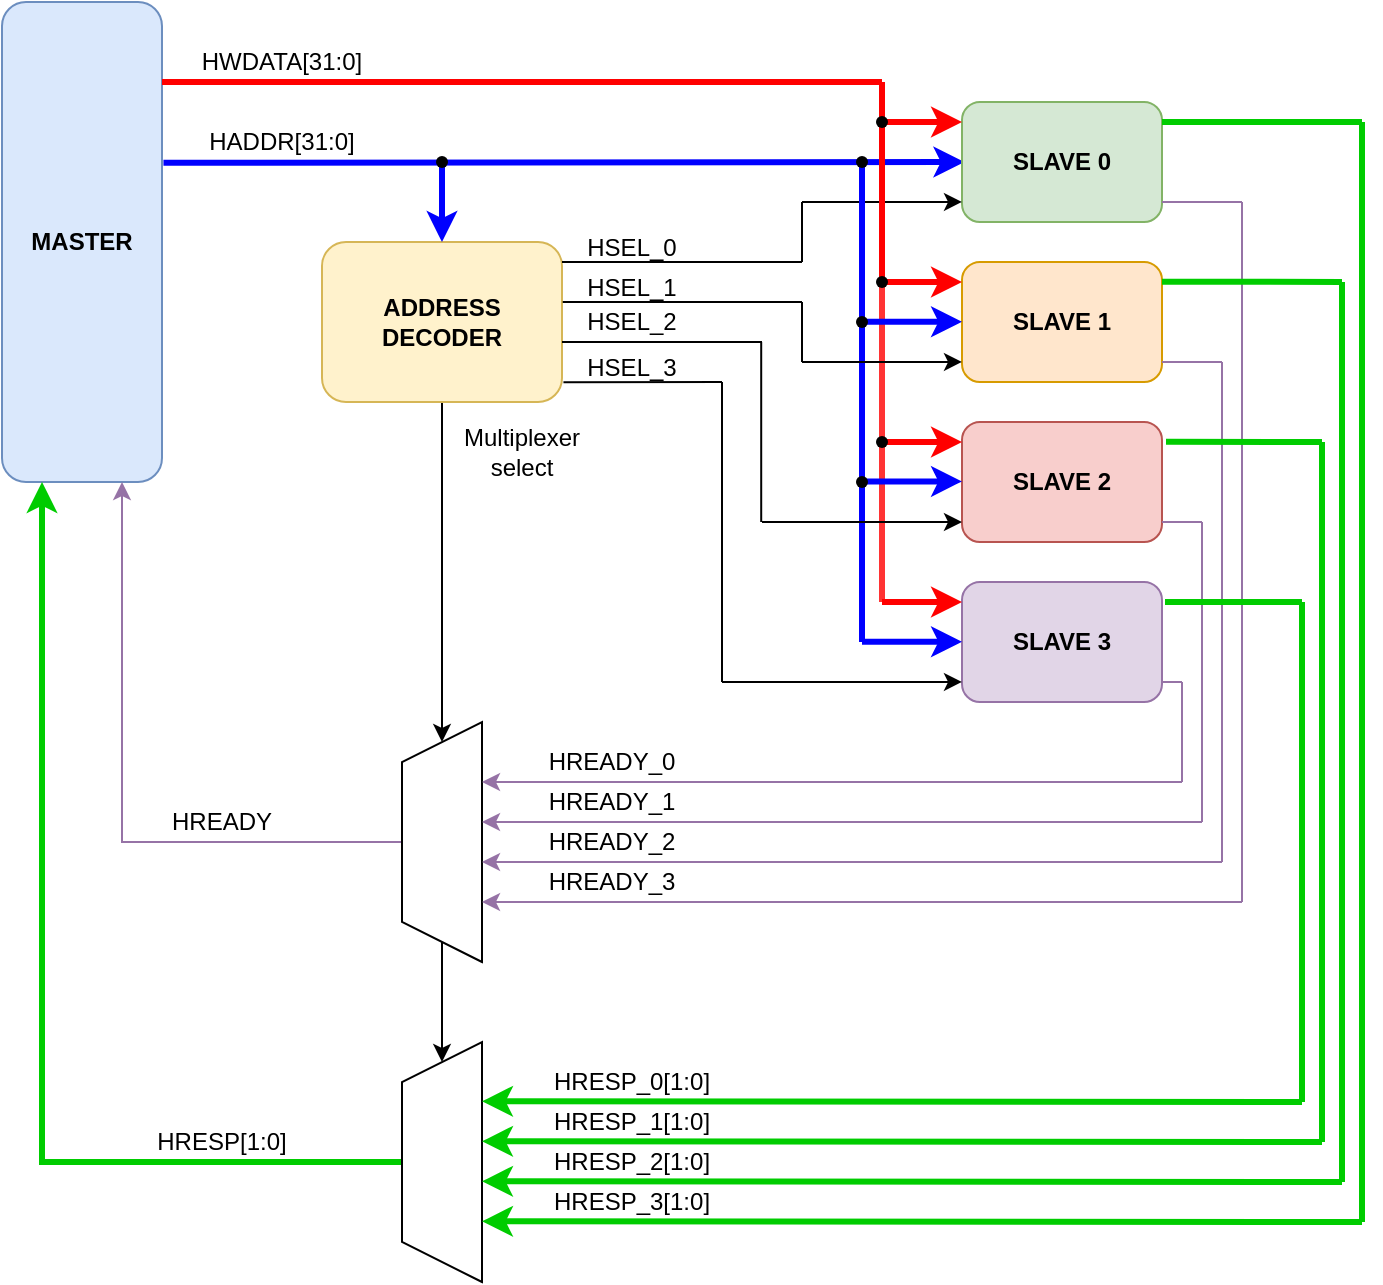
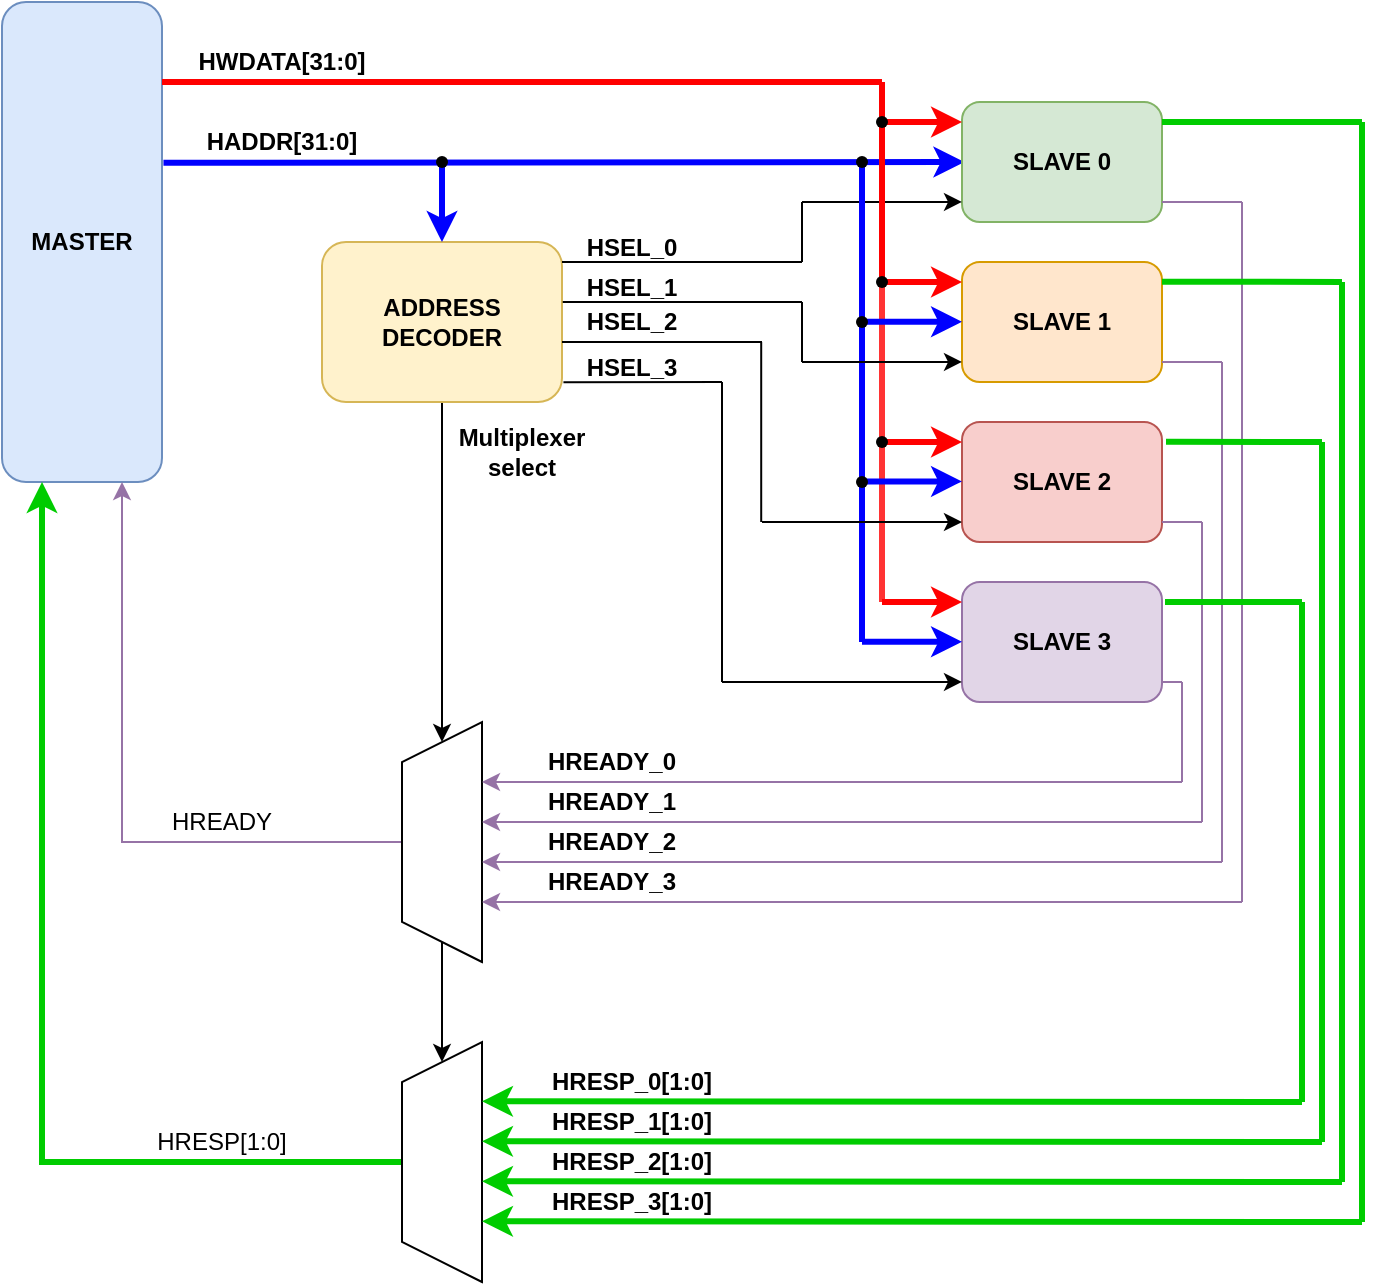
<mxfile host="app.diagrams.net" agent="Mozilla/5.0 (Windows NT 10.0; Win64; x64) AppleWebKit/537.36 (KHTML, like Gecko) Chrome/144.0.0.0 Safari/537.36 Edg/144.0.0.0" pages="4">
  <diagram id="00dOMP4ly3Yvcw6Omt_P" name="AHB Block Diagram">
-     <mxGraphModel dx="364" dy="526" grid="1" gridSize="10" guides="1" tooltips="1" connect="1" arrows="1" fold="1" page="1" pageScale="1" pageWidth="850" pageHeight="1100" math="0" shadow="0">
+     <mxGraphModel dx="437" dy="631" grid="1" gridSize="10" guides="1" tooltips="1" connect="1" arrows="1" fold="1" page="1" pageScale="1" pageWidth="850" pageHeight="1100" math="0" shadow="0">
      <root>
        <mxCell id="0" />
        <mxCell id="1" parent="0" />
        <mxCell id="WVtcaOnAu4kVJNJomXHp-1" parent="1" style="rounded=1;whiteSpace=wrap;html=1;fillColor=#dae8fc;strokeColor=#6c8ebf;" value="&lt;b&gt;MASTER&lt;/b&gt;" vertex="1">
          <mxGeometry height="240" width="80" x="80" y="160" as="geometry" />
        </mxCell>
        <mxCell id="WVtcaOnAu4kVJNJomXHp-55" edge="1" parent="1" source="WVtcaOnAu4kVJNJomXHp-3" style="edgeStyle=orthogonalEdgeStyle;rounded=0;orthogonalLoop=1;jettySize=auto;html=1;entryX=1;entryY=0.5;entryDx=0;entryDy=0;" target="WVtcaOnAu4kVJNJomXHp-53">
          <mxGeometry relative="1" as="geometry" />
        </mxCell>
        <mxCell id="WVtcaOnAu4kVJNJomXHp-3" parent="1" style="rounded=1;whiteSpace=wrap;html=1;fillColor=#fff2cc;strokeColor=#d6b656;" value="&lt;b&gt;ADDRESS DECODER&lt;/b&gt;" vertex="1">
          <mxGeometry height="80" width="120" x="240" y="280" as="geometry" />
        </mxCell>
        <mxCell id="WVtcaOnAu4kVJNJomXHp-4" edge="1" parent="1" source="WVtcaOnAu4kVJNJomXHp-1" style="endArrow=classic;html=1;rounded=0;exitX=1.009;exitY=0.335;exitDx=0;exitDy=0;exitPerimeter=0;strokeWidth=3;strokeColor=#0000FF;" value="">
          <mxGeometry height="50" relative="1" width="50" as="geometry">
            <mxPoint x="170" y="240" as="sourcePoint" />
            <mxPoint x="561.2" y="240" as="targetPoint" />
          </mxGeometry>
        </mxCell>
        <mxCell id="WVtcaOnAu4kVJNJomXHp-5" edge="1" parent="1" source="WVtcaOnAu4kVJNJomXHp-6" style="endArrow=classic;html=1;rounded=0;entryX=0.5;entryY=0;entryDx=0;entryDy=0;strokeWidth=3;strokeColor=#0000FF;" target="WVtcaOnAu4kVJNJomXHp-3" value="">
          <mxGeometry height="50" relative="1" width="50" as="geometry">
            <mxPoint x="340" y="240" as="sourcePoint" />
            <mxPoint x="390" y="190" as="targetPoint" />
          </mxGeometry>
        </mxCell>
        <mxCell id="WVtcaOnAu4kVJNJomXHp-6" parent="1" style="shape=waypoint;sketch=0;fillStyle=solid;size=6;pointerEvents=1;points=[];fillColor=none;resizable=0;rotatable=0;perimeter=centerPerimeter;snapToPoint=1;" value="" vertex="1">
          <mxGeometry height="20" width="20" x="290" y="230" as="geometry" />
        </mxCell>
        <mxCell id="WVtcaOnAu4kVJNJomXHp-7" parent="1" style="rounded=1;whiteSpace=wrap;html=1;fillColor=#d5e8d4;strokeColor=#82b366;fontStyle=1" value="SLAVE 0" vertex="1">
          <mxGeometry height="60" width="100" x="560" y="210" as="geometry" />
        </mxCell>
        <mxCell id="WVtcaOnAu4kVJNJomXHp-8" parent="1" style="rounded=1;whiteSpace=wrap;html=1;fillColor=#ffe6cc;strokeColor=#d79b00;fontStyle=1" value="SLAVE 1" vertex="1">
          <mxGeometry height="60" width="100" x="560" y="290" as="geometry" />
        </mxCell>
        <mxCell id="WVtcaOnAu4kVJNJomXHp-9" parent="1" style="rounded=1;whiteSpace=wrap;html=1;fillColor=#f8cecc;strokeColor=#b85450;fontStyle=1" value="SLAVE 2" vertex="1">
          <mxGeometry height="60" width="100" x="560" y="370" as="geometry" />
        </mxCell>
        <mxCell id="WVtcaOnAu4kVJNJomXHp-10" parent="1" style="rounded=1;whiteSpace=wrap;html=1;fillColor=#e1d5e7;strokeColor=#9673a6;fontStyle=1" value="SLAVE 3" vertex="1">
          <mxGeometry height="60" width="100" x="560" y="450" as="geometry" />
        </mxCell>
        <mxCell id="WVtcaOnAu4kVJNJomXHp-11" edge="1" parent="1" source="WVtcaOnAu4kVJNJomXHp-3" style="endArrow=none;html=1;rounded=0;exitX=1;exitY=0.125;exitDx=0;exitDy=0;exitPerimeter=0;" value="">
          <mxGeometry height="50" relative="1" width="50" as="geometry">
            <mxPoint x="410" y="290" as="sourcePoint" />
            <mxPoint x="480" y="290" as="targetPoint" />
          </mxGeometry>
        </mxCell>
        <mxCell id="WVtcaOnAu4kVJNJomXHp-12" edge="1" parent="1" style="endArrow=none;html=1;rounded=0;" value="">
          <mxGeometry height="50" relative="1" width="50" as="geometry">
            <mxPoint x="480" y="290" as="sourcePoint" />
            <mxPoint x="480" y="260" as="targetPoint" />
          </mxGeometry>
        </mxCell>
        <mxCell id="WVtcaOnAu4kVJNJomXHp-13" edge="1" parent="1" style="endArrow=classic;html=1;rounded=0;entryX=0;entryY=0.833;entryDx=0;entryDy=0;entryPerimeter=0;" target="WVtcaOnAu4kVJNJomXHp-7" value="">
          <mxGeometry height="50" relative="1" width="50" as="geometry">
            <mxPoint x="480" y="260" as="sourcePoint" />
            <mxPoint x="540" y="260" as="targetPoint" />
          </mxGeometry>
        </mxCell>
        <mxCell id="WVtcaOnAu4kVJNJomXHp-18" edge="1" parent="1" style="endArrow=none;html=1;rounded=0;strokeWidth=3;strokeColor=#FF0000;" value="">
          <mxGeometry height="50" relative="1" width="50" as="geometry">
            <mxPoint x="160" y="200" as="sourcePoint" />
            <mxPoint x="520" y="200" as="targetPoint" />
          </mxGeometry>
        </mxCell>
        <mxCell id="WVtcaOnAu4kVJNJomXHp-19" edge="1" parent="1" source="WVtcaOnAu4kVJNJomXHp-25" style="endArrow=none;html=1;rounded=0;strokeWidth=3;strokeColor=#FF0000;" value="">
          <mxGeometry height="50" relative="1" width="50" as="geometry">
            <mxPoint x="520" y="380" as="sourcePoint" />
            <mxPoint x="520" y="200" as="targetPoint" />
          </mxGeometry>
        </mxCell>
        <mxCell id="WVtcaOnAu4kVJNJomXHp-20" edge="1" parent="1" style="endArrow=classic;html=1;rounded=0;entryX=0;entryY=0.167;entryDx=0;entryDy=0;entryPerimeter=0;strokeWidth=3;strokeColor=#FF0000;" target="WVtcaOnAu4kVJNJomXHp-7" value="">
          <mxGeometry height="50" relative="1" width="50" as="geometry">
            <mxPoint x="520" y="220" as="sourcePoint" />
            <mxPoint x="570" y="170" as="targetPoint" />
          </mxGeometry>
        </mxCell>
        <mxCell id="WVtcaOnAu4kVJNJomXHp-22" edge="1" parent="1" style="endArrow=classic;html=1;rounded=0;entryX=0;entryY=0.167;entryDx=0;entryDy=0;entryPerimeter=0;strokeWidth=3;strokeColor=#FF0000;" value="">
          <mxGeometry height="50" relative="1" width="50" as="geometry">
            <mxPoint x="520" y="300" as="sourcePoint" />
            <mxPoint x="560" y="300" as="targetPoint" />
          </mxGeometry>
        </mxCell>
        <mxCell id="WVtcaOnAu4kVJNJomXHp-23" parent="1" style="shape=waypoint;sketch=0;fillStyle=solid;size=6;pointerEvents=1;points=[];fillColor=none;resizable=0;rotatable=0;perimeter=centerPerimeter;snapToPoint=1;" value="" vertex="1">
          <mxGeometry height="20" width="20" x="510" y="210" as="geometry" />
        </mxCell>
        <mxCell id="WVtcaOnAu4kVJNJomXHp-24" edge="1" parent="1" style="endArrow=classic;html=1;rounded=0;entryX=0;entryY=0.167;entryDx=0;entryDy=0;entryPerimeter=0;strokeWidth=3;strokeColor=#FF0000;" value="">
          <mxGeometry height="50" relative="1" width="50" as="geometry">
            <mxPoint x="520" y="380" as="sourcePoint" />
            <mxPoint x="560" y="380" as="targetPoint" />
          </mxGeometry>
        </mxCell>
        <mxCell id="WVtcaOnAu4kVJNJomXHp-26" edge="1" parent="1" style="endArrow=none;html=1;rounded=0;strokeWidth=3;strokeColor=#FF3333;" target="WVtcaOnAu4kVJNJomXHp-25" value="">
          <mxGeometry height="50" relative="1" width="50" as="geometry">
            <mxPoint x="520" y="460" as="sourcePoint" />
            <mxPoint x="520" y="200" as="targetPoint" />
          </mxGeometry>
        </mxCell>
        <mxCell id="WVtcaOnAu4kVJNJomXHp-25" parent="1" style="shape=waypoint;sketch=0;fillStyle=solid;size=6;pointerEvents=1;points=[];fillColor=none;resizable=0;rotatable=0;perimeter=centerPerimeter;snapToPoint=1;" value="" vertex="1">
          <mxGeometry height="20" width="20" x="510" y="290" as="geometry" />
        </mxCell>
        <mxCell id="WVtcaOnAu4kVJNJomXHp-27" edge="1" parent="1" style="endArrow=none;html=1;rounded=0;strokeWidth=3;strokeColor=#0000FF;" target="WVtcaOnAu4kVJNJomXHp-30" value="">
          <mxGeometry height="50" relative="1" width="50" as="geometry">
            <mxPoint x="510" y="480" as="sourcePoint" />
            <mxPoint x="510" y="240" as="targetPoint" />
          </mxGeometry>
        </mxCell>
        <mxCell id="WVtcaOnAu4kVJNJomXHp-28" edge="1" parent="1" style="endArrow=classic;html=1;rounded=0;entryX=0;entryY=0.167;entryDx=0;entryDy=0;entryPerimeter=0;strokeWidth=3;strokeColor=#0000FF;" value="">
          <mxGeometry height="50" relative="1" width="50" as="geometry">
            <mxPoint x="510" y="399.72" as="sourcePoint" />
            <mxPoint x="560" y="399.72" as="targetPoint" />
          </mxGeometry>
        </mxCell>
        <mxCell id="WVtcaOnAu4kVJNJomXHp-29" edge="1" parent="1" style="endArrow=classic;html=1;rounded=0;entryX=0;entryY=0.167;entryDx=0;entryDy=0;entryPerimeter=0;strokeWidth=3;strokeColor=#0000FF;" value="">
          <mxGeometry height="50" relative="1" width="50" as="geometry">
            <mxPoint x="510" y="319.86" as="sourcePoint" />
            <mxPoint x="560" y="319.86" as="targetPoint" />
          </mxGeometry>
        </mxCell>
        <mxCell id="WVtcaOnAu4kVJNJomXHp-30" parent="1" style="shape=waypoint;sketch=0;fillStyle=solid;size=6;pointerEvents=1;points=[];fillColor=none;resizable=0;rotatable=0;perimeter=centerPerimeter;snapToPoint=1;" value="" vertex="1">
          <mxGeometry height="20" width="20" x="500.0000000000001" y="230" as="geometry" />
        </mxCell>
        <mxCell id="WVtcaOnAu4kVJNJomXHp-31" parent="1" style="shape=waypoint;sketch=0;fillStyle=solid;size=6;pointerEvents=1;points=[];fillColor=none;resizable=0;rotatable=0;perimeter=centerPerimeter;snapToPoint=1;" value="" vertex="1">
          <mxGeometry height="20" width="20" x="500" y="310" as="geometry" />
        </mxCell>
        <mxCell id="WVtcaOnAu4kVJNJomXHp-32" edge="1" parent="1" style="endArrow=classic;html=1;rounded=0;entryX=0;entryY=0.167;entryDx=0;entryDy=0;entryPerimeter=0;strokeWidth=3;strokeColor=#FF0000;" value="">
          <mxGeometry height="50" relative="1" width="50" as="geometry">
            <mxPoint x="520" y="460" as="sourcePoint" />
            <mxPoint x="560" y="460" as="targetPoint" />
          </mxGeometry>
        </mxCell>
        <mxCell id="WVtcaOnAu4kVJNJomXHp-33" edge="1" parent="1" style="endArrow=classic;html=1;rounded=0;entryX=0;entryY=0.167;entryDx=0;entryDy=0;entryPerimeter=0;strokeWidth=3;strokeColor=#0000FF;" value="">
          <mxGeometry height="50" relative="1" width="50" as="geometry">
            <mxPoint x="510" y="479.88" as="sourcePoint" />
            <mxPoint x="560" y="479.88" as="targetPoint" />
          </mxGeometry>
        </mxCell>
        <mxCell id="WVtcaOnAu4kVJNJomXHp-34" parent="1" style="shape=waypoint;sketch=0;fillStyle=solid;size=6;pointerEvents=1;points=[];fillColor=none;resizable=0;rotatable=0;perimeter=centerPerimeter;snapToPoint=1;" value="" vertex="1">
          <mxGeometry height="20" width="20" x="510" y="370" as="geometry" />
        </mxCell>
        <mxCell id="WVtcaOnAu4kVJNJomXHp-35" parent="1" style="shape=waypoint;sketch=0;fillStyle=solid;size=6;pointerEvents=1;points=[];fillColor=none;resizable=0;rotatable=0;perimeter=centerPerimeter;snapToPoint=1;" value="" vertex="1">
          <mxGeometry height="20" width="20" x="500" y="390" as="geometry" />
        </mxCell>
        <mxCell id="WVtcaOnAu4kVJNJomXHp-38" edge="1" parent="1" source="WVtcaOnAu4kVJNJomXHp-3" style="endArrow=none;html=1;rounded=0;exitX=1.003;exitY=0.375;exitDx=0;exitDy=0;exitPerimeter=0;" value="">
          <mxGeometry height="50" relative="1" width="50" as="geometry">
            <mxPoint x="400" y="310" as="sourcePoint" />
            <mxPoint x="480" y="310" as="targetPoint" />
          </mxGeometry>
        </mxCell>
        <mxCell id="WVtcaOnAu4kVJNJomXHp-39" edge="1" parent="1" source="WVtcaOnAu4kVJNJomXHp-3" style="endArrow=none;html=1;rounded=0;exitX=1;exitY=0.625;exitDx=0;exitDy=0;exitPerimeter=0;" value="">
          <mxGeometry height="50" relative="1" width="50" as="geometry">
            <mxPoint x="400" y="330" as="sourcePoint" />
            <mxPoint x="460" y="330" as="targetPoint" />
          </mxGeometry>
        </mxCell>
        <mxCell id="WVtcaOnAu4kVJNJomXHp-40" edge="1" parent="1" source="WVtcaOnAu4kVJNJomXHp-3" style="endArrow=none;html=1;rounded=0;exitX=1.006;exitY=0.877;exitDx=0;exitDy=0;exitPerimeter=0;" value="">
          <mxGeometry height="50" relative="1" width="50" as="geometry">
            <mxPoint x="400" y="350" as="sourcePoint" />
            <mxPoint x="440" y="350" as="targetPoint" />
          </mxGeometry>
        </mxCell>
        <mxCell id="WVtcaOnAu4kVJNJomXHp-41" edge="1" parent="1" style="endArrow=none;html=1;rounded=0;" value="">
          <mxGeometry height="50" relative="1" width="50" as="geometry">
            <mxPoint x="440" y="500" as="sourcePoint" />
            <mxPoint x="440" y="350" as="targetPoint" />
          </mxGeometry>
        </mxCell>
        <mxCell id="WVtcaOnAu4kVJNJomXHp-42" edge="1" parent="1" style="endArrow=classic;html=1;rounded=0;entryX=0;entryY=0.833;entryDx=0;entryDy=0;entryPerimeter=0;" target="WVtcaOnAu4kVJNJomXHp-10" value="">
          <mxGeometry height="50" relative="1" width="50" as="geometry">
            <mxPoint x="440" y="499.98" as="sourcePoint" />
            <mxPoint x="470" y="450" as="targetPoint" />
          </mxGeometry>
        </mxCell>
        <mxCell id="WVtcaOnAu4kVJNJomXHp-43" edge="1" parent="1" style="endArrow=none;html=1;rounded=0;" value="">
          <mxGeometry height="50" relative="1" width="50" as="geometry">
            <mxPoint x="459.6" y="420" as="sourcePoint" />
            <mxPoint x="459.6" y="330" as="targetPoint" />
          </mxGeometry>
        </mxCell>
        <mxCell id="WVtcaOnAu4kVJNJomXHp-44" edge="1" parent="1" style="endArrow=classic;html=1;rounded=0;entryX=0;entryY=0.833;entryDx=0;entryDy=0;entryPerimeter=0;" value="">
          <mxGeometry height="50" relative="1" width="50" as="geometry">
            <mxPoint x="460" y="420" as="sourcePoint" />
            <mxPoint x="560" y="420" as="targetPoint" />
          </mxGeometry>
        </mxCell>
        <mxCell id="WVtcaOnAu4kVJNJomXHp-45" edge="1" parent="1" style="endArrow=none;html=1;rounded=0;" value="">
          <mxGeometry height="50" relative="1" width="50" as="geometry">
            <mxPoint x="480" y="340" as="sourcePoint" />
            <mxPoint x="480" y="310" as="targetPoint" />
          </mxGeometry>
        </mxCell>
        <mxCell id="WVtcaOnAu4kVJNJomXHp-46" edge="1" parent="1" style="endArrow=classic;html=1;rounded=0;entryX=0;entryY=0.833;entryDx=0;entryDy=0;entryPerimeter=0;" target="WVtcaOnAu4kVJNJomXHp-8" value="">
          <mxGeometry height="50" relative="1" width="50" as="geometry">
            <mxPoint x="480" y="340" as="sourcePoint" />
            <mxPoint x="550" y="340" as="targetPoint" />
          </mxGeometry>
        </mxCell>
-         <mxCell id="WVtcaOnAu4kVJNJomXHp-47" parent="1" style="text;html=1;whiteSpace=wrap;strokeColor=none;fillColor=none;align=center;verticalAlign=middle;rounded=0;" value="HSEL_0" vertex="1">
+         <mxCell id="WVtcaOnAu4kVJNJomXHp-47" parent="1" style="text;html=1;whiteSpace=wrap;strokeColor=none;fillColor=none;align=center;verticalAlign=middle;rounded=0;fontStyle=1" value="HSEL_0" vertex="1">
          <mxGeometry height="15" width="60" x="365" y="275" as="geometry" />
        </mxCell>
-         <mxCell id="WVtcaOnAu4kVJNJomXHp-48" parent="1" style="text;html=1;whiteSpace=wrap;strokeColor=none;fillColor=none;align=center;verticalAlign=middle;rounded=0;" value="HSEL_1" vertex="1">
+         <mxCell id="WVtcaOnAu4kVJNJomXHp-48" parent="1" style="text;html=1;whiteSpace=wrap;strokeColor=none;fillColor=none;align=center;verticalAlign=middle;rounded=0;fontStyle=1" value="HSEL_1" vertex="1">
          <mxGeometry height="15" width="60" x="365" y="295" as="geometry" />
        </mxCell>
-         <mxCell id="WVtcaOnAu4kVJNJomXHp-49" parent="1" style="text;html=1;whiteSpace=wrap;strokeColor=none;fillColor=none;align=center;verticalAlign=middle;rounded=0;" value="HSEL_2" vertex="1">
+         <mxCell id="WVtcaOnAu4kVJNJomXHp-49" parent="1" style="text;html=1;whiteSpace=wrap;strokeColor=none;fillColor=none;align=center;verticalAlign=middle;rounded=0;fontStyle=1" value="HSEL_2" vertex="1">
          <mxGeometry height="7.5" width="60" x="365" y="316.25" as="geometry" />
        </mxCell>
-         <mxCell id="WVtcaOnAu4kVJNJomXHp-50" parent="1" style="text;html=1;whiteSpace=wrap;strokeColor=none;fillColor=none;align=center;verticalAlign=middle;rounded=0;" value="HSEL_3" vertex="1">
+         <mxCell id="WVtcaOnAu4kVJNJomXHp-50" parent="1" style="text;html=1;whiteSpace=wrap;strokeColor=none;fillColor=none;align=center;verticalAlign=middle;rounded=0;fontStyle=1" value="HSEL_3" vertex="1">
          <mxGeometry height="15" width="60" x="365" y="335" as="geometry" />
        </mxCell>
-         <mxCell id="WVtcaOnAu4kVJNJomXHp-51" parent="1" style="text;html=1;whiteSpace=wrap;strokeColor=none;fillColor=none;align=center;verticalAlign=middle;rounded=0;" value="HWDATA[31:0]" vertex="1">
+         <mxCell id="WVtcaOnAu4kVJNJomXHp-51" parent="1" style="text;html=1;whiteSpace=wrap;strokeColor=none;fillColor=none;align=center;verticalAlign=middle;rounded=0;fontStyle=1" value="HWDATA[31:0]" vertex="1">
          <mxGeometry height="20" width="80" x="180" y="180" as="geometry" />
        </mxCell>
-         <mxCell id="WVtcaOnAu4kVJNJomXHp-52" parent="1" style="text;html=1;whiteSpace=wrap;strokeColor=none;fillColor=none;align=center;verticalAlign=middle;rounded=0;" value="HADDR[31:0]" vertex="1">
+         <mxCell id="WVtcaOnAu4kVJNJomXHp-52" parent="1" style="text;html=1;whiteSpace=wrap;strokeColor=none;fillColor=none;align=center;verticalAlign=middle;rounded=0;fontStyle=1" value="HADDR[31:0]" vertex="1">
          <mxGeometry height="20" width="80" x="180" y="220" as="geometry" />
        </mxCell>
        <mxCell id="WVtcaOnAu4kVJNJomXHp-84" edge="1" parent="1" source="WVtcaOnAu4kVJNJomXHp-53" style="edgeStyle=orthogonalEdgeStyle;rounded=0;orthogonalLoop=1;jettySize=auto;html=1;entryX=0.75;entryY=1;entryDx=0;entryDy=0;fillColor=#e1d5e7;strokeColor=#9673a6;" target="WVtcaOnAu4kVJNJomXHp-1">
          <mxGeometry relative="1" as="geometry" />
        </mxCell>
        <mxCell id="WVtcaOnAu4kVJNJomXHp-53" parent="1" style="shape=trapezoid;perimeter=trapezoidPerimeter;whiteSpace=wrap;html=1;fixedSize=1;rotation=-90;" value="" vertex="1">
          <mxGeometry height="40" width="120" x="240" y="560" as="geometry" />
        </mxCell>
        <mxCell id="WVtcaOnAu4kVJNJomXHp-85" edge="1" parent="1" source="WVtcaOnAu4kVJNJomXHp-54" style="edgeStyle=orthogonalEdgeStyle;rounded=0;orthogonalLoop=1;jettySize=auto;html=1;entryX=0.25;entryY=1;entryDx=0;entryDy=0;fillColor=#d5e8d4;strokeColor=#00CC00;strokeWidth=3;" target="WVtcaOnAu4kVJNJomXHp-1">
          <mxGeometry relative="1" as="geometry" />
        </mxCell>
        <mxCell id="WVtcaOnAu4kVJNJomXHp-54" parent="1" style="shape=trapezoid;perimeter=trapezoidPerimeter;whiteSpace=wrap;html=1;fixedSize=1;rotation=-90;" value="" vertex="1">
          <mxGeometry height="40" width="120" x="240" y="720" as="geometry" />
        </mxCell>
        <mxCell id="WVtcaOnAu4kVJNJomXHp-56" edge="1" parent="1" source="WVtcaOnAu4kVJNJomXHp-53" style="endArrow=classic;html=1;rounded=0;exitX=0;exitY=0.5;exitDx=0;exitDy=0;entryX=1;entryY=0.5;entryDx=0;entryDy=0;" target="WVtcaOnAu4kVJNJomXHp-54" value="">
          <mxGeometry height="50" relative="1" width="50" as="geometry">
            <mxPoint x="360" y="680" as="sourcePoint" />
            <mxPoint x="410" y="630" as="targetPoint" />
          </mxGeometry>
        </mxCell>
        <mxCell id="WVtcaOnAu4kVJNJomXHp-58" edge="1" parent="1" style="endArrow=classic;html=1;rounded=0;fillColor=#e1d5e7;strokeColor=#9673a6;" value="">
          <mxGeometry height="50" relative="1" width="50" as="geometry">
            <mxPoint x="670" y="550" as="sourcePoint" />
            <mxPoint x="320" y="550" as="targetPoint" />
          </mxGeometry>
        </mxCell>
        <mxCell id="WVtcaOnAu4kVJNJomXHp-59" edge="1" parent="1" style="endArrow=classic;html=1;rounded=0;fillColor=#e1d5e7;strokeColor=#9673a6;" value="">
          <mxGeometry height="50" relative="1" width="50" as="geometry">
            <mxPoint x="680" y="570" as="sourcePoint" />
            <mxPoint x="320" y="570" as="targetPoint" />
          </mxGeometry>
        </mxCell>
        <mxCell id="WVtcaOnAu4kVJNJomXHp-60" edge="1" parent="1" style="endArrow=classic;html=1;rounded=0;fillColor=#e1d5e7;strokeColor=#9673a6;" value="">
          <mxGeometry height="50" relative="1" width="50" as="geometry">
            <mxPoint x="690" y="590" as="sourcePoint" />
            <mxPoint x="320" y="590" as="targetPoint" />
          </mxGeometry>
        </mxCell>
        <mxCell id="WVtcaOnAu4kVJNJomXHp-61" edge="1" parent="1" style="endArrow=classic;html=1;rounded=0;fillColor=#e1d5e7;strokeColor=#9673a6;" value="">
          <mxGeometry height="50" relative="1" width="50" as="geometry">
            <mxPoint x="700" y="610" as="sourcePoint" />
            <mxPoint x="320" y="610" as="targetPoint" />
          </mxGeometry>
        </mxCell>
        <mxCell id="WVtcaOnAu4kVJNJomXHp-62" edge="1" parent="1" style="endArrow=none;html=1;rounded=0;fillColor=#e1d5e7;strokeColor=#9673a6;" value="">
          <mxGeometry height="50" relative="1" width="50" as="geometry">
            <mxPoint x="670" y="550" as="sourcePoint" />
            <mxPoint x="670" y="500" as="targetPoint" />
          </mxGeometry>
        </mxCell>
        <mxCell id="WVtcaOnAu4kVJNJomXHp-63" edge="1" parent="1" style="endArrow=none;html=1;rounded=0;fillColor=#e1d5e7;strokeColor=#9673a6;" value="">
          <mxGeometry height="50" relative="1" width="50" as="geometry">
            <mxPoint x="660" y="500" as="sourcePoint" />
            <mxPoint x="670" y="500" as="targetPoint" />
          </mxGeometry>
        </mxCell>
        <mxCell id="WVtcaOnAu4kVJNJomXHp-64" edge="1" parent="1" style="endArrow=none;html=1;rounded=0;fillColor=#e1d5e7;strokeColor=#9673a6;" value="">
          <mxGeometry height="50" relative="1" width="50" as="geometry">
            <mxPoint x="680" y="570" as="sourcePoint" />
            <mxPoint x="680" y="420" as="targetPoint" />
          </mxGeometry>
        </mxCell>
        <mxCell id="WVtcaOnAu4kVJNJomXHp-65" edge="1" parent="1" style="endArrow=none;html=1;rounded=0;fillColor=#e1d5e7;strokeColor=#9673a6;" value="">
          <mxGeometry height="50" relative="1" width="50" as="geometry">
            <mxPoint x="660" y="420" as="sourcePoint" />
            <mxPoint x="680" y="420" as="targetPoint" />
          </mxGeometry>
        </mxCell>
        <mxCell id="WVtcaOnAu4kVJNJomXHp-66" edge="1" parent="1" style="endArrow=none;html=1;rounded=0;fillColor=#e1d5e7;strokeColor=#9673a6;" value="">
          <mxGeometry height="50" relative="1" width="50" as="geometry">
            <mxPoint x="690" y="590" as="sourcePoint" />
            <mxPoint x="690" y="340" as="targetPoint" />
          </mxGeometry>
        </mxCell>
        <mxCell id="WVtcaOnAu4kVJNJomXHp-67" edge="1" parent="1" style="endArrow=none;html=1;rounded=0;fillColor=#e1d5e7;strokeColor=#9673a6;" value="">
          <mxGeometry height="50" relative="1" width="50" as="geometry">
            <mxPoint x="660" y="340" as="sourcePoint" />
            <mxPoint x="690" y="340" as="targetPoint" />
          </mxGeometry>
        </mxCell>
        <mxCell id="WVtcaOnAu4kVJNJomXHp-69" edge="1" parent="1" style="endArrow=none;html=1;rounded=0;fillColor=#e1d5e7;strokeColor=#9673a6;" value="">
          <mxGeometry height="50" relative="1" width="50" as="geometry">
            <mxPoint x="700" y="610" as="sourcePoint" />
            <mxPoint x="700" y="260" as="targetPoint" />
          </mxGeometry>
        </mxCell>
        <mxCell id="WVtcaOnAu4kVJNJomXHp-71" edge="1" parent="1" style="endArrow=none;html=1;rounded=0;fillColor=#e1d5e7;strokeColor=#9673a6;" value="">
          <mxGeometry height="50" relative="1" width="50" as="geometry">
            <mxPoint x="660" y="260" as="sourcePoint" />
            <mxPoint x="700" y="260" as="targetPoint" />
          </mxGeometry>
        </mxCell>
        <mxCell id="WVtcaOnAu4kVJNJomXHp-72" edge="1" parent="1" style="endArrow=classic;html=1;rounded=0;strokeColor=#00CC00;strokeWidth=3;" value="">
          <mxGeometry height="50" relative="1" width="50" as="geometry">
            <mxPoint x="730" y="710" as="sourcePoint" />
            <mxPoint x="320" y="709.66" as="targetPoint" />
          </mxGeometry>
        </mxCell>
        <mxCell id="WVtcaOnAu4kVJNJomXHp-73" edge="1" parent="1" style="endArrow=classic;html=1;rounded=0;strokeColor=#00CC00;strokeWidth=3;" value="">
          <mxGeometry height="50" relative="1" width="50" as="geometry">
            <mxPoint x="740" y="730" as="sourcePoint" />
            <mxPoint x="320" y="729.66" as="targetPoint" />
          </mxGeometry>
        </mxCell>
        <mxCell id="WVtcaOnAu4kVJNJomXHp-74" edge="1" parent="1" style="endArrow=classic;html=1;rounded=0;strokeColor=#00CC00;strokeWidth=3;" value="">
          <mxGeometry height="50" relative="1" width="50" as="geometry">
            <mxPoint x="750" y="750" as="sourcePoint" />
            <mxPoint x="320" y="749.66" as="targetPoint" />
          </mxGeometry>
        </mxCell>
        <mxCell id="WVtcaOnAu4kVJNJomXHp-75" edge="1" parent="1" style="endArrow=classic;html=1;rounded=0;strokeColor=#00CC00;strokeWidth=3;" value="">
          <mxGeometry height="50" relative="1" width="50" as="geometry">
            <mxPoint x="760" y="770" as="sourcePoint" />
            <mxPoint x="320" y="769.66" as="targetPoint" />
          </mxGeometry>
        </mxCell>
        <mxCell id="WVtcaOnAu4kVJNJomXHp-76" edge="1" parent="1" style="endArrow=none;html=1;rounded=0;strokeColor=#00CC00;strokeWidth=3;" value="">
          <mxGeometry height="50" relative="1" width="50" as="geometry">
            <mxPoint x="730" y="710" as="sourcePoint" />
            <mxPoint x="730" y="460" as="targetPoint" />
          </mxGeometry>
        </mxCell>
        <mxCell id="WVtcaOnAu4kVJNJomXHp-77" edge="1" parent="1" style="endArrow=none;html=1;rounded=0;strokeColor=#00CC00;strokeWidth=3;" value="">
          <mxGeometry height="50" relative="1" width="50" as="geometry">
            <mxPoint x="740" y="730" as="sourcePoint" />
            <mxPoint x="740" y="380" as="targetPoint" />
          </mxGeometry>
        </mxCell>
        <mxCell id="WVtcaOnAu4kVJNJomXHp-78" edge="1" parent="1" style="endArrow=none;html=1;rounded=0;strokeColor=#00CC00;strokeWidth=3;" value="">
          <mxGeometry height="50" relative="1" width="50" as="geometry">
            <mxPoint x="750" y="750" as="sourcePoint" />
            <mxPoint x="750" y="300" as="targetPoint" />
          </mxGeometry>
        </mxCell>
        <mxCell id="WVtcaOnAu4kVJNJomXHp-79" edge="1" parent="1" style="endArrow=none;html=1;rounded=0;strokeColor=#00CC00;strokeWidth=3;" value="">
          <mxGeometry height="50" relative="1" width="50" as="geometry">
            <mxPoint x="760" y="770" as="sourcePoint" />
            <mxPoint x="760" y="220" as="targetPoint" />
          </mxGeometry>
        </mxCell>
        <mxCell id="WVtcaOnAu4kVJNJomXHp-80" edge="1" parent="1" source="WVtcaOnAu4kVJNJomXHp-10" style="endArrow=none;html=1;rounded=0;exitX=1.015;exitY=0.166;exitDx=0;exitDy=0;exitPerimeter=0;strokeColor=#00CC00;strokeWidth=3;" value="">
          <mxGeometry height="50" relative="1" width="50" as="geometry">
            <mxPoint x="680" y="510" as="sourcePoint" />
            <mxPoint x="730" y="460" as="targetPoint" />
          </mxGeometry>
        </mxCell>
        <mxCell id="WVtcaOnAu4kVJNJomXHp-81" edge="1" parent="1" style="endArrow=none;html=1;rounded=0;exitX=1.015;exitY=0.166;exitDx=0;exitDy=0;exitPerimeter=0;strokeColor=#00CC00;strokeWidth=3;" value="">
          <mxGeometry height="50" relative="1" width="50" as="geometry">
            <mxPoint x="662" y="379.87" as="sourcePoint" />
            <mxPoint x="740" y="380" as="targetPoint" />
          </mxGeometry>
        </mxCell>
        <mxCell id="WVtcaOnAu4kVJNJomXHp-82" edge="1" parent="1" style="endArrow=none;html=1;rounded=0;exitX=1.015;exitY=0.166;exitDx=0;exitDy=0;exitPerimeter=0;strokeColor=#00CC00;strokeWidth=3;" value="">
          <mxGeometry height="50" relative="1" width="50" as="geometry">
            <mxPoint x="660" y="299.83" as="sourcePoint" />
            <mxPoint x="750" y="300" as="targetPoint" />
          </mxGeometry>
        </mxCell>
        <mxCell id="WVtcaOnAu4kVJNJomXHp-83" edge="1" parent="1" style="endArrow=none;html=1;rounded=0;exitX=1.015;exitY=0.166;exitDx=0;exitDy=0;exitPerimeter=0;strokeColor=#00CC00;strokeWidth=3;" value="">
          <mxGeometry height="50" relative="1" width="50" as="geometry">
            <mxPoint x="660" y="220" as="sourcePoint" />
            <mxPoint x="760" y="220" as="targetPoint" />
          </mxGeometry>
        </mxCell>
-         <mxCell id="WVtcaOnAu4kVJNJomXHp-86" parent="1" style="text;html=1;whiteSpace=wrap;strokeColor=none;fillColor=none;align=center;verticalAlign=middle;rounded=0;" value="HREADY_0" vertex="1">
+         <mxCell id="WVtcaOnAu4kVJNJomXHp-86" parent="1" style="text;html=1;whiteSpace=wrap;strokeColor=none;fillColor=none;align=center;verticalAlign=middle;rounded=0;fontStyle=1" value="HREADY_0" vertex="1">
          <mxGeometry height="20" width="80" x="345" y="530" as="geometry" />
        </mxCell>
-         <mxCell id="WVtcaOnAu4kVJNJomXHp-87" parent="1" style="text;html=1;whiteSpace=wrap;strokeColor=none;fillColor=none;align=center;verticalAlign=middle;rounded=0;" value="HREADY_1" vertex="1">
+         <mxCell id="WVtcaOnAu4kVJNJomXHp-87" parent="1" style="text;html=1;whiteSpace=wrap;strokeColor=none;fillColor=none;align=center;verticalAlign=middle;rounded=0;fontStyle=1" value="HREADY_1" vertex="1">
          <mxGeometry height="20" width="80" x="345" y="550" as="geometry" />
        </mxCell>
-         <mxCell id="WVtcaOnAu4kVJNJomXHp-88" parent="1" style="text;html=1;whiteSpace=wrap;strokeColor=none;fillColor=none;align=center;verticalAlign=middle;rounded=0;" value="HREADY_2" vertex="1">
+         <mxCell id="WVtcaOnAu4kVJNJomXHp-88" parent="1" style="text;html=1;whiteSpace=wrap;strokeColor=none;fillColor=none;align=center;verticalAlign=middle;rounded=0;fontStyle=1" value="HREADY_2" vertex="1">
          <mxGeometry height="20" width="80" x="345" y="570" as="geometry" />
        </mxCell>
-         <mxCell id="WVtcaOnAu4kVJNJomXHp-92" parent="1" style="text;html=1;whiteSpace=wrap;strokeColor=none;fillColor=none;align=center;verticalAlign=middle;rounded=0;" value="HREADY_3" vertex="1">
+         <mxCell id="WVtcaOnAu4kVJNJomXHp-92" parent="1" style="text;html=1;whiteSpace=wrap;strokeColor=none;fillColor=none;align=center;verticalAlign=middle;rounded=0;fontStyle=1" value="HREADY_3" vertex="1">
          <mxGeometry height="20" width="80" x="345" y="590" as="geometry" />
        </mxCell>
-         <mxCell id="WVtcaOnAu4kVJNJomXHp-93" parent="1" style="text;html=1;whiteSpace=wrap;strokeColor=none;fillColor=none;align=center;verticalAlign=middle;rounded=0;" value="HRESP_0[1:0]" vertex="1">
+         <mxCell id="WVtcaOnAu4kVJNJomXHp-93" parent="1" style="text;html=1;whiteSpace=wrap;strokeColor=none;fillColor=none;align=center;verticalAlign=middle;rounded=0;fontStyle=1" value="HRESP_0[1:0]" vertex="1">
          <mxGeometry height="20" width="80" x="355" y="690" as="geometry" />
        </mxCell>
-         <mxCell id="WVtcaOnAu4kVJNJomXHp-94" parent="1" style="text;html=1;whiteSpace=wrap;strokeColor=none;fillColor=none;align=center;verticalAlign=middle;rounded=0;" value="HRESP_1[1:0]" vertex="1">
+         <mxCell id="WVtcaOnAu4kVJNJomXHp-94" parent="1" style="text;html=1;whiteSpace=wrap;strokeColor=none;fillColor=none;align=center;verticalAlign=middle;rounded=0;fontStyle=1" value="HRESP_1[1:0]" vertex="1">
          <mxGeometry height="20" width="80" x="355" y="710" as="geometry" />
        </mxCell>
-         <mxCell id="WVtcaOnAu4kVJNJomXHp-95" parent="1" style="text;html=1;whiteSpace=wrap;strokeColor=none;fillColor=none;align=center;verticalAlign=middle;rounded=0;" value="HRESP_2[1:0]" vertex="1">
+         <mxCell id="WVtcaOnAu4kVJNJomXHp-95" parent="1" style="text;html=1;whiteSpace=wrap;strokeColor=none;fillColor=none;align=center;verticalAlign=middle;rounded=0;fontStyle=1" value="HRESP_2[1:0]" vertex="1">
          <mxGeometry height="20" width="80" x="355" y="730" as="geometry" />
        </mxCell>
-         <mxCell id="WVtcaOnAu4kVJNJomXHp-96" parent="1" style="text;html=1;whiteSpace=wrap;strokeColor=none;fillColor=none;align=center;verticalAlign=middle;rounded=0;" value="HRESP_3[1:0]" vertex="1">
+         <mxCell id="WVtcaOnAu4kVJNJomXHp-96" parent="1" style="text;html=1;whiteSpace=wrap;strokeColor=none;fillColor=none;align=center;verticalAlign=middle;rounded=0;fontStyle=1" value="HRESP_3[1:0]" vertex="1">
          <mxGeometry height="20" width="80" x="355" y="750" as="geometry" />
        </mxCell>
        <mxCell id="WVtcaOnAu4kVJNJomXHp-97" parent="1" style="text;html=1;whiteSpace=wrap;strokeColor=none;fillColor=none;align=center;verticalAlign=middle;rounded=0;" value="HRESP[1:0]" vertex="1">
          <mxGeometry height="20" width="80" x="150" y="720" as="geometry" />
        </mxCell>
        <mxCell id="WVtcaOnAu4kVJNJomXHp-98" parent="1" style="text;html=1;whiteSpace=wrap;strokeColor=none;fillColor=none;align=center;verticalAlign=middle;rounded=0;" value="HREADY" vertex="1">
          <mxGeometry height="20" width="80" x="150" y="560" as="geometry" />
        </mxCell>
-         <mxCell id="WVtcaOnAu4kVJNJomXHp-99" parent="1" style="text;html=1;whiteSpace=wrap;strokeColor=none;fillColor=none;align=center;verticalAlign=middle;rounded=0;" value="Multiplexer select" vertex="1">
+         <mxCell id="WVtcaOnAu4kVJNJomXHp-99" parent="1" style="text;html=1;whiteSpace=wrap;strokeColor=none;fillColor=none;align=center;verticalAlign=middle;rounded=0;fontStyle=1" value="Multiplexer select" vertex="1">
          <mxGeometry height="30" width="80" x="300" y="370" as="geometry" />
        </mxCell>
      </root>
    </mxGraphModel>
  </diagram>
  <diagram name="AHB Interface" id="AxdGKtdG9Rmgfqjtrl1U">
    <mxGraphModel dx="2046" dy="1106" grid="1" gridSize="10" guides="1" tooltips="1" connect="1" arrows="1" fold="1" page="1" pageScale="1" pageWidth="850" pageHeight="1100" math="0" shadow="0">
      <root>
        <mxCell id="0" />
        <mxCell id="1" parent="0" />
        <mxCell id="BZ9neWvH9tw47nREzwFn-1" parent="1" style="rounded=0;whiteSpace=wrap;html=1;" value="&lt;font style=&quot;font-size: 16px;&quot;&gt;&lt;b&gt;Manager&lt;/b&gt;&lt;/font&gt;" vertex="1">
          <mxGeometry height="200" width="120" x="400" y="80" as="geometry" />
        </mxCell>
        <mxCell id="BZ9neWvH9tw47nREzwFn-2" edge="1" parent="1" style="endArrow=classic;html=1;rounded=0;" value="">
          <mxGeometry height="50" relative="1" width="50" as="geometry">
            <mxPoint x="360" y="100" as="sourcePoint" />
            <mxPoint x="400" y="100" as="targetPoint" />
          </mxGeometry>
        </mxCell>
        <mxCell id="BZ9neWvH9tw47nREzwFn-3" edge="1" parent="1" style="endArrow=classic;html=1;rounded=0;" value="">
          <mxGeometry height="50" relative="1" width="50" as="geometry">
            <mxPoint x="360" y="120" as="sourcePoint" />
            <mxPoint x="400" y="120" as="targetPoint" />
          </mxGeometry>
        </mxCell>
        <mxCell id="BZ9neWvH9tw47nREzwFn-4" parent="1" style="text;html=1;whiteSpace=wrap;strokeColor=none;fillColor=none;align=center;verticalAlign=middle;rounded=0;fontStyle=1" value="HCLK" vertex="1">
          <mxGeometry height="20" width="40" x="320" y="90" as="geometry" />
        </mxCell>
        <mxCell id="BZ9neWvH9tw47nREzwFn-5" parent="1" style="text;html=1;whiteSpace=wrap;strokeColor=none;fillColor=none;align=center;verticalAlign=middle;rounded=0;fontStyle=1" value="HRESETn" vertex="1">
          <mxGeometry height="20" width="60" x="300" y="110" as="geometry" />
        </mxCell>
        <mxCell id="BZ9neWvH9tw47nREzwFn-6" parent="1" style="text;html=1;whiteSpace=wrap;strokeColor=none;fillColor=none;align=center;verticalAlign=middle;rounded=0;fontStyle=1" value="HREADY" vertex="1">
          <mxGeometry height="20" width="60" x="300" y="150" as="geometry" />
        </mxCell>
        <mxCell id="BZ9neWvH9tw47nREzwFn-7" edge="1" parent="1" style="endArrow=classic;html=1;rounded=0;" value="">
          <mxGeometry height="50" relative="1" width="50" as="geometry">
            <mxPoint x="360" y="160" as="sourcePoint" />
            <mxPoint x="400" y="160" as="targetPoint" />
          </mxGeometry>
        </mxCell>
        <mxCell id="BZ9neWvH9tw47nREzwFn-8" edge="1" parent="1" style="endArrow=classic;html=1;rounded=0;" value="">
          <mxGeometry height="50" relative="1" width="50" as="geometry">
            <mxPoint x="360" y="180" as="sourcePoint" />
            <mxPoint x="400" y="180" as="targetPoint" />
          </mxGeometry>
        </mxCell>
        <mxCell id="BZ9neWvH9tw47nREzwFn-9" parent="1" style="text;html=1;whiteSpace=wrap;strokeColor=none;fillColor=none;align=center;verticalAlign=middle;rounded=0;fontStyle=1" value="HSELx" vertex="1">
          <mxGeometry height="20" width="60" x="310" y="430" as="geometry" />
        </mxCell>
        <mxCell id="BZ9neWvH9tw47nREzwFn-10" edge="1" parent="1" style="endArrow=classic;html=1;rounded=0;" value="">
          <mxGeometry height="50" relative="1" width="50" as="geometry">
            <mxPoint x="360" y="260" as="sourcePoint" />
            <mxPoint x="400" y="260" as="targetPoint" />
          </mxGeometry>
        </mxCell>
        <mxCell id="BZ9neWvH9tw47nREzwFn-11" parent="1" style="text;html=1;whiteSpace=wrap;strokeColor=none;fillColor=none;align=center;verticalAlign=middle;rounded=0;fontStyle=1" value="HRDATA[31:0]" vertex="1">
          <mxGeometry height="20" width="90" x="270" y="250" as="geometry" />
        </mxCell>
        <mxCell id="BZ9neWvH9tw47nREzwFn-12" edge="1" parent="1" style="endArrow=classic;html=1;rounded=0;" value="">
          <mxGeometry height="50" relative="1" width="50" as="geometry">
            <mxPoint x="520" y="99.83" as="sourcePoint" />
            <mxPoint x="560" y="99.83" as="targetPoint" />
          </mxGeometry>
        </mxCell>
        <mxCell id="BZ9neWvH9tw47nREzwFn-13" edge="1" parent="1" style="endArrow=classic;html=1;rounded=0;" value="">
          <mxGeometry height="50" relative="1" width="50" as="geometry">
            <mxPoint x="520" y="119.83" as="sourcePoint" />
            <mxPoint x="560" y="119.83" as="targetPoint" />
          </mxGeometry>
        </mxCell>
        <mxCell id="BZ9neWvH9tw47nREzwFn-14" edge="1" parent="1" style="endArrow=classic;html=1;rounded=0;" value="">
          <mxGeometry height="50" relative="1" width="50" as="geometry">
            <mxPoint x="520" y="159.83" as="sourcePoint" />
            <mxPoint x="560" y="159.83" as="targetPoint" />
          </mxGeometry>
        </mxCell>
        <mxCell id="BZ9neWvH9tw47nREzwFn-15" edge="1" parent="1" style="endArrow=classic;html=1;rounded=0;" value="">
          <mxGeometry height="50" relative="1" width="50" as="geometry">
            <mxPoint x="520" y="140" as="sourcePoint" />
            <mxPoint x="560" y="140" as="targetPoint" />
          </mxGeometry>
        </mxCell>
        <mxCell id="BZ9neWvH9tw47nREzwFn-16" edge="1" parent="1" style="endArrow=classic;html=1;rounded=0;" value="">
          <mxGeometry height="50" relative="1" width="50" as="geometry">
            <mxPoint x="520" y="179.83" as="sourcePoint" />
            <mxPoint x="560" y="179.83" as="targetPoint" />
          </mxGeometry>
        </mxCell>
        <mxCell id="BZ9neWvH9tw47nREzwFn-17" edge="1" parent="1" style="endArrow=classic;html=1;rounded=0;" value="">
          <mxGeometry height="50" relative="1" width="50" as="geometry">
            <mxPoint x="520" y="200" as="sourcePoint" />
            <mxPoint x="560" y="200" as="targetPoint" />
          </mxGeometry>
        </mxCell>
        <mxCell id="BZ9neWvH9tw47nREzwFn-18" parent="1" style="text;html=1;whiteSpace=wrap;strokeColor=none;fillColor=none;align=center;verticalAlign=middle;rounded=0;fontStyle=1" value="HADDR[31:0]" vertex="1">
          <mxGeometry height="20" width="80" x="560" y="90" as="geometry" />
        </mxCell>
        <mxCell id="BZ9neWvH9tw47nREzwFn-19" parent="1" style="text;html=1;whiteSpace=wrap;strokeColor=none;fillColor=none;align=center;verticalAlign=middle;rounded=0;fontStyle=1" value="HWRITE" vertex="1">
          <mxGeometry height="20" width="60" x="560" y="110" as="geometry" />
        </mxCell>
        <mxCell id="BZ9neWvH9tw47nREzwFn-20" parent="1" style="text;html=1;whiteSpace=wrap;strokeColor=none;fillColor=none;align=center;verticalAlign=middle;rounded=0;fontStyle=1" value="HSIZE[2:0]" vertex="1">
          <mxGeometry height="20" width="70" x="560" y="130" as="geometry" />
        </mxCell>
        <mxCell id="BZ9neWvH9tw47nREzwFn-21" parent="1" style="text;html=1;whiteSpace=wrap;strokeColor=none;fillColor=none;align=center;verticalAlign=middle;rounded=0;fontStyle=1" value="HBURST[2:0]" vertex="1">
          <mxGeometry height="20" width="80" x="560" y="150" as="geometry" />
        </mxCell>
        <mxCell id="BZ9neWvH9tw47nREzwFn-22" parent="1" style="text;html=1;whiteSpace=wrap;strokeColor=none;fillColor=none;align=center;verticalAlign=middle;rounded=0;fontStyle=1" value="HPROT[3:0]" vertex="1">
          <mxGeometry height="20" width="80" x="560" y="170" as="geometry" />
        </mxCell>
        <mxCell id="BZ9neWvH9tw47nREzwFn-23" parent="1" style="text;html=1;whiteSpace=wrap;strokeColor=none;fillColor=none;align=center;verticalAlign=middle;rounded=0;fontStyle=1" value="HTRANS[1:0]" vertex="1">
          <mxGeometry height="20" width="80" x="560" y="190" as="geometry" />
        </mxCell>
        <mxCell id="BZ9neWvH9tw47nREzwFn-24" edge="1" parent="1" style="endArrow=classic;html=1;rounded=0;" value="">
          <mxGeometry height="50" relative="1" width="50" as="geometry">
            <mxPoint x="520" y="220" as="sourcePoint" />
            <mxPoint x="560" y="220" as="targetPoint" />
          </mxGeometry>
        </mxCell>
        <mxCell id="BZ9neWvH9tw47nREzwFn-25" parent="1" style="text;html=1;whiteSpace=wrap;strokeColor=none;fillColor=none;align=center;verticalAlign=middle;rounded=0;fontStyle=1" value="HMASTLOCK" vertex="1">
          <mxGeometry height="20" width="80" x="560" y="210" as="geometry" />
        </mxCell>
        <mxCell id="BZ9neWvH9tw47nREzwFn-26" edge="1" parent="1" style="endArrow=classic;html=1;rounded=0;" value="">
          <mxGeometry height="50" relative="1" width="50" as="geometry">
            <mxPoint x="520" y="259.8" as="sourcePoint" />
            <mxPoint x="560" y="259.8" as="targetPoint" />
          </mxGeometry>
        </mxCell>
        <mxCell id="BZ9neWvH9tw47nREzwFn-30" parent="1" style="text;html=1;whiteSpace=wrap;strokeColor=none;fillColor=none;align=center;verticalAlign=middle;rounded=0;fontStyle=1" value="HWDATA[31:0]" vertex="1">
          <mxGeometry height="20" width="95" x="555" y="250" as="geometry" />
        </mxCell>
        <mxCell id="BZ9neWvH9tw47nREzwFn-31" parent="1" style="rounded=0;whiteSpace=wrap;html=1;" value="&lt;font style=&quot;font-size: 16px;&quot;&gt;&lt;b&gt;Slave&lt;/b&gt;&lt;/font&gt;" vertex="1">
          <mxGeometry height="320" width="120" x="400" y="360" as="geometry" />
        </mxCell>
        <mxCell id="BZ9neWvH9tw47nREzwFn-32" edge="1" parent="1" style="endArrow=classic;html=1;rounded=0;" value="">
          <mxGeometry height="50" relative="1" width="50" as="geometry">
            <mxPoint x="360" y="489.83" as="sourcePoint" />
            <mxPoint x="400" y="489.83" as="targetPoint" />
          </mxGeometry>
        </mxCell>
        <mxCell id="BZ9neWvH9tw47nREzwFn-33" edge="1" parent="1" style="endArrow=classic;html=1;rounded=0;" value="">
          <mxGeometry height="50" relative="1" width="50" as="geometry">
            <mxPoint x="360" y="509.83" as="sourcePoint" />
            <mxPoint x="400" y="509.83" as="targetPoint" />
          </mxGeometry>
        </mxCell>
        <mxCell id="BZ9neWvH9tw47nREzwFn-34" edge="1" parent="1" style="endArrow=classic;html=1;rounded=0;" value="">
          <mxGeometry height="50" relative="1" width="50" as="geometry">
            <mxPoint x="360" y="549.83" as="sourcePoint" />
            <mxPoint x="400" y="549.83" as="targetPoint" />
          </mxGeometry>
        </mxCell>
        <mxCell id="BZ9neWvH9tw47nREzwFn-35" edge="1" parent="1" style="endArrow=classic;html=1;rounded=0;" value="">
          <mxGeometry height="50" relative="1" width="50" as="geometry">
            <mxPoint x="360" y="530" as="sourcePoint" />
            <mxPoint x="400" y="530" as="targetPoint" />
          </mxGeometry>
        </mxCell>
        <mxCell id="BZ9neWvH9tw47nREzwFn-36" edge="1" parent="1" style="endArrow=classic;html=1;rounded=0;" value="">
          <mxGeometry height="50" relative="1" width="50" as="geometry">
            <mxPoint x="360" y="569.83" as="sourcePoint" />
            <mxPoint x="400" y="569.83" as="targetPoint" />
          </mxGeometry>
        </mxCell>
        <mxCell id="BZ9neWvH9tw47nREzwFn-37" edge="1" parent="1" style="endArrow=classic;html=1;rounded=0;" value="">
          <mxGeometry height="50" relative="1" width="50" as="geometry">
            <mxPoint x="360" y="590" as="sourcePoint" />
            <mxPoint x="400" y="590" as="targetPoint" />
          </mxGeometry>
        </mxCell>
        <mxCell id="BZ9neWvH9tw47nREzwFn-38" parent="1" style="text;html=1;whiteSpace=wrap;strokeColor=none;fillColor=none;align=center;verticalAlign=middle;rounded=0;fontStyle=1" value="HADDR[31:0]" vertex="1">
          <mxGeometry height="20" width="80" x="275" y="480" as="geometry" />
        </mxCell>
        <mxCell id="BZ9neWvH9tw47nREzwFn-39" parent="1" style="text;html=1;whiteSpace=wrap;strokeColor=none;fillColor=none;align=center;verticalAlign=middle;rounded=0;fontStyle=1" value="HWRITE" vertex="1">
          <mxGeometry height="20" width="60" x="275" y="500" as="geometry" />
        </mxCell>
        <mxCell id="BZ9neWvH9tw47nREzwFn-40" parent="1" style="text;html=1;whiteSpace=wrap;strokeColor=none;fillColor=none;align=center;verticalAlign=middle;rounded=0;fontStyle=1" value="HSIZE[2:0]" vertex="1">
          <mxGeometry height="20" width="70" x="275" y="520" as="geometry" />
        </mxCell>
        <mxCell id="BZ9neWvH9tw47nREzwFn-41" parent="1" style="text;html=1;whiteSpace=wrap;strokeColor=none;fillColor=none;align=center;verticalAlign=middle;rounded=0;fontStyle=1" value="HBURST[2:0]" vertex="1">
          <mxGeometry height="20" width="80" x="275" y="540" as="geometry" />
        </mxCell>
        <mxCell id="BZ9neWvH9tw47nREzwFn-42" parent="1" style="text;html=1;whiteSpace=wrap;strokeColor=none;fillColor=none;align=center;verticalAlign=middle;rounded=0;fontStyle=1" value="HPROT[3:0]" vertex="1">
          <mxGeometry height="20" width="80" x="275" y="560" as="geometry" />
        </mxCell>
        <mxCell id="BZ9neWvH9tw47nREzwFn-43" parent="1" style="text;html=1;whiteSpace=wrap;strokeColor=none;fillColor=none;align=center;verticalAlign=middle;rounded=0;fontStyle=1" value="HTRANS[1:0]" vertex="1">
          <mxGeometry height="20" width="80" x="275" y="580" as="geometry" />
        </mxCell>
        <mxCell id="BZ9neWvH9tw47nREzwFn-44" edge="1" parent="1" style="endArrow=classic;html=1;rounded=0;" value="">
          <mxGeometry height="50" relative="1" width="50" as="geometry">
            <mxPoint x="360" y="610" as="sourcePoint" />
            <mxPoint x="400" y="610" as="targetPoint" />
          </mxGeometry>
        </mxCell>
        <mxCell id="BZ9neWvH9tw47nREzwFn-45" parent="1" style="text;html=1;whiteSpace=wrap;strokeColor=none;fillColor=none;align=center;verticalAlign=middle;rounded=0;fontStyle=1" value="HMASTLOCK" vertex="1">
          <mxGeometry height="20" width="80" x="275" y="600" as="geometry" />
        </mxCell>
        <mxCell id="BZ9neWvH9tw47nREzwFn-46" edge="1" parent="1" style="endArrow=classic;html=1;rounded=0;" value="">
          <mxGeometry height="50" relative="1" width="50" as="geometry">
            <mxPoint x="360" y="649.8" as="sourcePoint" />
            <mxPoint x="400" y="649.8" as="targetPoint" />
          </mxGeometry>
        </mxCell>
        <mxCell id="BZ9neWvH9tw47nREzwFn-47" parent="1" style="text;html=1;whiteSpace=wrap;strokeColor=none;fillColor=none;align=center;verticalAlign=middle;rounded=0;fontStyle=1" value="HWDATA[31:0]" vertex="1">
          <mxGeometry height="20" width="95" x="270" y="640" as="geometry" />
        </mxCell>
        <mxCell id="BZ9neWvH9tw47nREzwFn-49" edge="1" parent="1" style="endArrow=classic;html=1;rounded=0;" value="">
          <mxGeometry height="50" relative="1" width="50" as="geometry">
            <mxPoint x="360" y="380" as="sourcePoint" />
            <mxPoint x="400" y="380" as="targetPoint" />
          </mxGeometry>
        </mxCell>
        <mxCell id="BZ9neWvH9tw47nREzwFn-50" edge="1" parent="1" style="endArrow=classic;html=1;rounded=0;" value="">
          <mxGeometry height="50" relative="1" width="50" as="geometry">
            <mxPoint x="360" y="400" as="sourcePoint" />
            <mxPoint x="400" y="400" as="targetPoint" />
          </mxGeometry>
        </mxCell>
        <mxCell id="BZ9neWvH9tw47nREzwFn-51" edge="1" parent="1" style="endArrow=classic;html=1;rounded=0;" value="">
          <mxGeometry height="50" relative="1" width="50" as="geometry">
            <mxPoint x="360" y="440" as="sourcePoint" />
            <mxPoint x="400" y="440" as="targetPoint" />
          </mxGeometry>
        </mxCell>
        <mxCell id="BZ9neWvH9tw47nREzwFn-52" parent="1" style="text;html=1;whiteSpace=wrap;strokeColor=none;fillColor=none;align=center;verticalAlign=middle;rounded=0;fontStyle=1" value="HCLK" vertex="1">
          <mxGeometry height="20" width="40" x="320" y="370" as="geometry" />
        </mxCell>
        <mxCell id="BZ9neWvH9tw47nREzwFn-53" parent="1" style="text;html=1;whiteSpace=wrap;strokeColor=none;fillColor=none;align=center;verticalAlign=middle;rounded=0;fontStyle=1" value="HRESETn" vertex="1">
          <mxGeometry height="20" width="60" x="300" y="390" as="geometry" />
        </mxCell>
        <mxCell id="BZ9neWvH9tw47nREzwFn-54" parent="1" style="shape=curlyBracket;whiteSpace=wrap;html=1;rounded=1;labelPosition=left;verticalLabelPosition=middle;align=right;verticalAlign=middle;" value="" vertex="1">
          <mxGeometry height="35" width="20" x="230" y="90" as="geometry" />
        </mxCell>
        <mxCell id="BZ9neWvH9tw47nREzwFn-55" parent="1" style="text;html=1;whiteSpace=wrap;strokeColor=none;fillColor=none;align=center;verticalAlign=middle;rounded=0;fontStyle=1" value="HRESP" vertex="1">
          <mxGeometry height="20" width="60" x="300" y="170" as="geometry" />
        </mxCell>
        <mxCell id="BZ9neWvH9tw47nREzwFn-56" parent="1" style="shape=curlyBracket;whiteSpace=wrap;html=1;rounded=1;labelPosition=left;verticalLabelPosition=middle;align=right;verticalAlign=middle;" value="" vertex="1">
          <mxGeometry height="140" width="20" x="230" y="480" as="geometry" />
        </mxCell>
        <mxCell id="BZ9neWvH9tw47nREzwFn-57" parent="1" style="shape=curlyBracket;whiteSpace=wrap;html=1;rounded=1;labelPosition=left;verticalLabelPosition=middle;align=right;verticalAlign=middle;rotation=-180;" value="" vertex="1">
          <mxGeometry height="135" width="20" x="650" y="90" as="geometry" />
        </mxCell>
        <mxCell id="BZ9neWvH9tw47nREzwFn-58" parent="1" style="text;html=1;whiteSpace=wrap;strokeColor=none;fillColor=none;align=center;verticalAlign=middle;rounded=0;fontStyle=1" value="&lt;span style=&quot;font-weight: normal;&quot;&gt;Global signals&lt;/span&gt;" vertex="1">
          <mxGeometry height="20" width="90" x="140" y="97.5" as="geometry" />
        </mxCell>
        <mxCell id="BZ9neWvH9tw47nREzwFn-59" parent="1" style="text;html=1;whiteSpace=wrap;strokeColor=none;fillColor=none;align=center;verticalAlign=middle;rounded=0;fontStyle=1" value="&lt;span style=&quot;font-weight: normal;&quot;&gt;Transfer response&lt;/span&gt;" vertex="1">
          <mxGeometry height="20" width="60" x="170" y="157.5" as="geometry" />
        </mxCell>
        <mxCell id="BZ9neWvH9tw47nREzwFn-60" parent="1" style="text;html=1;whiteSpace=wrap;strokeColor=none;fillColor=none;align=center;verticalAlign=middle;rounded=0;fontStyle=1" value="&lt;span style=&quot;font-weight: normal;&quot;&gt;Data&lt;/span&gt;" vertex="1">
          <mxGeometry height="20" width="60" x="170" y="250" as="geometry" />
        </mxCell>
        <mxCell id="BZ9neWvH9tw47nREzwFn-61" parent="1" style="text;html=1;whiteSpace=wrap;strokeColor=none;fillColor=none;align=center;verticalAlign=middle;rounded=0;fontStyle=1" value="&lt;span style=&quot;font-weight: normal;&quot;&gt;Address and control signals&lt;/span&gt;" vertex="1">
          <mxGeometry height="37.5" width="90" x="670" y="140" as="geometry" />
        </mxCell>
        <mxCell id="BZ9neWvH9tw47nREzwFn-62" parent="1" style="shape=curlyBracket;whiteSpace=wrap;html=1;rounded=1;labelPosition=left;verticalLabelPosition=middle;align=right;verticalAlign=middle;" value="" vertex="1">
          <mxGeometry height="35" width="20" x="230" y="150" as="geometry" />
        </mxCell>
        <mxCell id="BZ9neWvH9tw47nREzwFn-63" parent="1" style="text;html=1;whiteSpace=wrap;strokeColor=none;fillColor=none;align=center;verticalAlign=middle;rounded=0;fontStyle=1" value="&lt;span style=&quot;font-weight: normal;&quot;&gt;Address and control signals&lt;/span&gt;" vertex="1">
          <mxGeometry height="37.5" width="90" x="140" y="531" as="geometry" />
        </mxCell>
        <mxCell id="BZ9neWvH9tw47nREzwFn-64" parent="1" style="shape=curlyBracket;whiteSpace=wrap;html=1;rounded=1;labelPosition=left;verticalLabelPosition=middle;align=right;verticalAlign=middle;" value="" vertex="1">
          <mxGeometry height="35" width="20" x="230" y="375" as="geometry" />
        </mxCell>
        <mxCell id="BZ9neWvH9tw47nREzwFn-65" parent="1" style="text;html=1;whiteSpace=wrap;strokeColor=none;fillColor=none;align=center;verticalAlign=middle;rounded=0;fontStyle=1" value="&lt;span style=&quot;font-weight: normal;&quot;&gt;Global signals&lt;/span&gt;" vertex="1">
          <mxGeometry height="20" width="90" x="140" y="382.5" as="geometry" />
        </mxCell>
        <mxCell id="BZ9neWvH9tw47nREzwFn-66" parent="1" style="text;html=1;whiteSpace=wrap;strokeColor=none;fillColor=none;align=center;verticalAlign=middle;rounded=0;fontStyle=1" value="&lt;span style=&quot;font-weight: normal;&quot;&gt;Data&lt;/span&gt;" vertex="1">
          <mxGeometry height="20" width="60" x="670" y="250" as="geometry" />
        </mxCell>
        <mxCell id="BZ9neWvH9tw47nREzwFn-67" edge="1" parent="1" style="endArrow=classic;html=1;rounded=0;" value="">
          <mxGeometry height="50" relative="1" width="50" as="geometry">
            <mxPoint x="520" y="490" as="sourcePoint" />
            <mxPoint x="560" y="490" as="targetPoint" />
          </mxGeometry>
        </mxCell>
        <mxCell id="BZ9neWvH9tw47nREzwFn-68" edge="1" parent="1" style="endArrow=classic;html=1;rounded=0;" value="">
          <mxGeometry height="50" relative="1" width="50" as="geometry">
            <mxPoint x="520" y="510" as="sourcePoint" />
            <mxPoint x="560" y="510" as="targetPoint" />
          </mxGeometry>
        </mxCell>
        <mxCell id="BZ9neWvH9tw47nREzwFn-69" parent="1" style="text;html=1;whiteSpace=wrap;strokeColor=none;fillColor=none;align=center;verticalAlign=middle;rounded=0;fontStyle=1" value="HREADY" vertex="1">
          <mxGeometry height="20" width="60" x="560" y="480" as="geometry" />
        </mxCell>
        <mxCell id="BZ9neWvH9tw47nREzwFn-70" parent="1" style="text;html=1;whiteSpace=wrap;strokeColor=none;fillColor=none;align=center;verticalAlign=middle;rounded=0;fontStyle=1" value="HRESP" vertex="1">
          <mxGeometry height="20" width="60" x="560" y="500" as="geometry" />
        </mxCell>
        <mxCell id="BZ9neWvH9tw47nREzwFn-71" edge="1" parent="1" style="endArrow=classic;html=1;rounded=0;" value="">
          <mxGeometry height="50" relative="1" width="50" as="geometry">
            <mxPoint x="520" y="649.6600000000001" as="sourcePoint" />
            <mxPoint x="560" y="649.6600000000001" as="targetPoint" />
          </mxGeometry>
        </mxCell>
        <mxCell id="BZ9neWvH9tw47nREzwFn-72" parent="1" style="text;html=1;whiteSpace=wrap;strokeColor=none;fillColor=none;align=center;verticalAlign=middle;rounded=0;fontStyle=1" value="HRDATA[31:0]" vertex="1">
          <mxGeometry height="20" width="90" x="560" y="640" as="geometry" />
        </mxCell>
        <mxCell id="BZ9neWvH9tw47nREzwFn-73" parent="1" style="text;html=1;whiteSpace=wrap;strokeColor=none;fillColor=none;align=center;verticalAlign=middle;rounded=0;fontStyle=1" value="&lt;span style=&quot;font-weight: normal;&quot;&gt;Data&lt;/span&gt;" vertex="1">
          <mxGeometry height="20" width="60" x="155" y="640" as="geometry" />
        </mxCell>
        <mxCell id="BZ9neWvH9tw47nREzwFn-74" parent="1" style="text;html=1;whiteSpace=wrap;strokeColor=none;fillColor=none;align=center;verticalAlign=middle;rounded=0;fontStyle=1" value="&lt;span style=&quot;font-weight: normal;&quot;&gt;Data&lt;/span&gt;" vertex="1">
          <mxGeometry height="20" width="50" x="675" y="640" as="geometry" />
        </mxCell>
        <mxCell id="BZ9neWvH9tw47nREzwFn-75" parent="1" style="text;html=1;whiteSpace=wrap;strokeColor=none;fillColor=none;align=center;verticalAlign=middle;rounded=0;fontStyle=1" value="&lt;span style=&quot;font-weight: normal;&quot;&gt;Transfer response&lt;/span&gt;" vertex="1">
          <mxGeometry height="20" width="60" x="670" y="487.5" as="geometry" />
        </mxCell>
        <mxCell id="BZ9neWvH9tw47nREzwFn-76" parent="1" style="shape=curlyBracket;whiteSpace=wrap;html=1;rounded=1;labelPosition=left;verticalLabelPosition=middle;align=right;verticalAlign=middle;rotation=-180;" value="" vertex="1">
          <mxGeometry height="35" width="20" x="640" y="480" as="geometry" />
        </mxCell>
        <mxCell id="BZ9neWvH9tw47nREzwFn-77" parent="1" style="text;html=1;whiteSpace=wrap;strokeColor=none;fillColor=none;align=center;verticalAlign=middle;rounded=0;fontStyle=1" value="&lt;span style=&quot;font-weight: normal;&quot;&gt;Select signal&lt;/span&gt;" vertex="1">
          <mxGeometry height="20" width="90" x="140" y="430" as="geometry" />
        </mxCell>
      </root>
    </mxGraphModel>
  </diagram>
  <diagram id="Hd4ECfvz_bm4RMetZK8C" name="Master Interface">
    <mxGraphModel dx="764" dy="1105" grid="1" gridSize="10" guides="1" tooltips="1" connect="1" arrows="1" fold="1" page="1" pageScale="1" pageWidth="850" pageHeight="1100" math="0" shadow="0">
      <root>
        <mxCell id="0" />
        <mxCell id="1" parent="0" />
      </root>
    </mxGraphModel>
  </diagram>
  <diagram id="AYzUWjTrgIps4r00h7mQ" name="Master FSM">
    <mxGraphModel dx="437" dy="631" grid="1" gridSize="10" guides="1" tooltips="1" connect="1" arrows="1" fold="1" page="1" pageScale="1" pageWidth="850" pageHeight="1100" math="0" shadow="0">
      <root>
        <mxCell id="0" />
        <mxCell id="1" parent="0" />
        <mxCell id="gUlQ52oibdo8bB1fHUDe-6" edge="1" parent="1" source="gUlQ52oibdo8bB1fHUDe-1" style="edgeStyle=orthogonalEdgeStyle;rounded=0;orthogonalLoop=1;jettySize=auto;html=1;exitX=1;exitY=0.5;exitDx=0;exitDy=0;entryX=0;entryY=0.5;entryDx=0;entryDy=0;" target="gUlQ52oibdo8bB1fHUDe-2">
          <mxGeometry relative="1" as="geometry" />
        </mxCell>
        <mxCell id="gUlQ52oibdo8bB1fHUDe-8" edge="1" parent="1" source="gUlQ52oibdo8bB1fHUDe-1" style="edgeStyle=orthogonalEdgeStyle;rounded=0;orthogonalLoop=1;jettySize=auto;html=1;entryX=0.5;entryY=0;entryDx=0;entryDy=0;" target="gUlQ52oibdo8bB1fHUDe-5">
          <mxGeometry relative="1" as="geometry" />
        </mxCell>
        <mxCell id="gUlQ52oibdo8bB1fHUDe-1" parent="1" style="ellipse;whiteSpace=wrap;html=1;" value="IDLE" vertex="1">
          <mxGeometry height="80" width="120" x="200" y="200" as="geometry" />
        </mxCell>
        <mxCell id="gUlQ52oibdo8bB1fHUDe-7" edge="1" parent="1" source="gUlQ52oibdo8bB1fHUDe-2" style="edgeStyle=orthogonalEdgeStyle;rounded=0;orthogonalLoop=1;jettySize=auto;html=1;entryX=0.5;entryY=0;entryDx=0;entryDy=0;" target="gUlQ52oibdo8bB1fHUDe-3">
          <mxGeometry relative="1" as="geometry" />
        </mxCell>
        <mxCell id="gUlQ52oibdo8bB1fHUDe-2" parent="1" style="ellipse;whiteSpace=wrap;html=1;" value="WR_ADDR_PHASE" vertex="1">
          <mxGeometry height="80" width="120" x="440" y="200" as="geometry" />
        </mxCell>
        <mxCell id="gUlQ52oibdo8bB1fHUDe-10" edge="1" parent="1" source="gUlQ52oibdo8bB1fHUDe-3" style="edgeStyle=orthogonalEdgeStyle;rounded=0;orthogonalLoop=1;jettySize=auto;html=1;entryX=0.5;entryY=0;entryDx=0;entryDy=0;" target="gUlQ52oibdo8bB1fHUDe-9">
          <mxGeometry relative="1" as="geometry" />
        </mxCell>
        <mxCell id="8WBKzOnGMAMBHIHuB8Qa-4" edge="1" parent="1" source="gUlQ52oibdo8bB1fHUDe-3" style="edgeStyle=orthogonalEdgeStyle;rounded=0;orthogonalLoop=1;jettySize=auto;html=1;entryX=1;entryY=0.5;entryDx=0;entryDy=0;" target="gUlQ52oibdo8bB1fHUDe-5">
          <mxGeometry relative="1" as="geometry" />
        </mxCell>
        <mxCell id="gUlQ52oibdo8bB1fHUDe-3" parent="1" style="ellipse;whiteSpace=wrap;html=1;" value="WR_DATA_PHASE" vertex="1">
          <mxGeometry height="80" width="120" x="440" y="360" as="geometry" />
        </mxCell>
        <mxCell id="gUlQ52oibdo8bB1fHUDe-11" edge="1" parent="1" source="gUlQ52oibdo8bB1fHUDe-4" style="edgeStyle=orthogonalEdgeStyle;rounded=0;orthogonalLoop=1;jettySize=auto;html=1;entryX=0;entryY=0.5;entryDx=0;entryDy=0;" target="gUlQ52oibdo8bB1fHUDe-9">
          <mxGeometry relative="1" as="geometry" />
        </mxCell>
        <mxCell id="8WBKzOnGMAMBHIHuB8Qa-6" edge="1" parent="1" source="gUlQ52oibdo8bB1fHUDe-4" style="edgeStyle=orthogonalEdgeStyle;rounded=0;orthogonalLoop=1;jettySize=auto;html=1;exitX=0;exitY=0.5;exitDx=0;exitDy=0;entryX=0;entryY=0.5;entryDx=0;entryDy=0;" target="gUlQ52oibdo8bB1fHUDe-1">
          <mxGeometry relative="1" as="geometry">
            <Array as="points">
              <mxPoint x="160.03" y="560.03" />
              <mxPoint x="160.03" y="240.03" />
            </Array>
          </mxGeometry>
        </mxCell>
        <mxCell id="gUlQ52oibdo8bB1fHUDe-4" parent="1" style="ellipse;whiteSpace=wrap;html=1;" value="RD_DATA_PHASE" vertex="1">
          <mxGeometry height="80" width="120" x="200" y="520" as="geometry" />
        </mxCell>
        <mxCell id="8WBKzOnGMAMBHIHuB8Qa-3" edge="1" parent="1" source="gUlQ52oibdo8bB1fHUDe-5" style="edgeStyle=orthogonalEdgeStyle;rounded=0;orthogonalLoop=1;jettySize=auto;html=1;" target="gUlQ52oibdo8bB1fHUDe-4" value="">
          <mxGeometry relative="1" as="geometry" />
        </mxCell>
        <mxCell id="gUlQ52oibdo8bB1fHUDe-5" parent="1" style="ellipse;whiteSpace=wrap;html=1;" value="RD_ADDR_PHASE" vertex="1">
          <mxGeometry height="80" width="120" x="200" y="360" as="geometry" />
        </mxCell>
        <mxCell id="gUlQ52oibdo8bB1fHUDe-9" parent="1" style="ellipse;whiteSpace=wrap;html=1;" value="WAIT_STATE" vertex="1">
          <mxGeometry height="80" width="120" x="440" y="520" as="geometry" />
        </mxCell>
        <mxCell id="8WBKzOnGMAMBHIHuB8Qa-1" edge="1" parent="1" source="gUlQ52oibdo8bB1fHUDe-5" style="endArrow=classic;html=1;rounded=0;entryX=0;entryY=0;entryDx=0;entryDy=0;exitX=1;exitY=1;exitDx=0;exitDy=0;" target="gUlQ52oibdo8bB1fHUDe-9" value="">
          <mxGeometry height="50" relative="1" width="50" as="geometry">
            <mxPoint x="350" y="490" as="sourcePoint" />
            <mxPoint x="400" y="440" as="targetPoint" />
          </mxGeometry>
        </mxCell>
        <mxCell id="8WBKzOnGMAMBHIHuB8Qa-5" edge="1" parent="1" source="gUlQ52oibdo8bB1fHUDe-3" style="endArrow=classic;html=1;rounded=0;exitX=0;exitY=0;exitDx=0;exitDy=0;entryX=1;entryY=1;entryDx=0;entryDy=0;" target="gUlQ52oibdo8bB1fHUDe-1" value="">
          <mxGeometry height="50" relative="1" width="50" as="geometry">
            <mxPoint x="370" y="340" as="sourcePoint" />
            <mxPoint x="420" y="290" as="targetPoint" />
          </mxGeometry>
        </mxCell>
      </root>
    </mxGraphModel>
  </diagram>
</mxfile>
